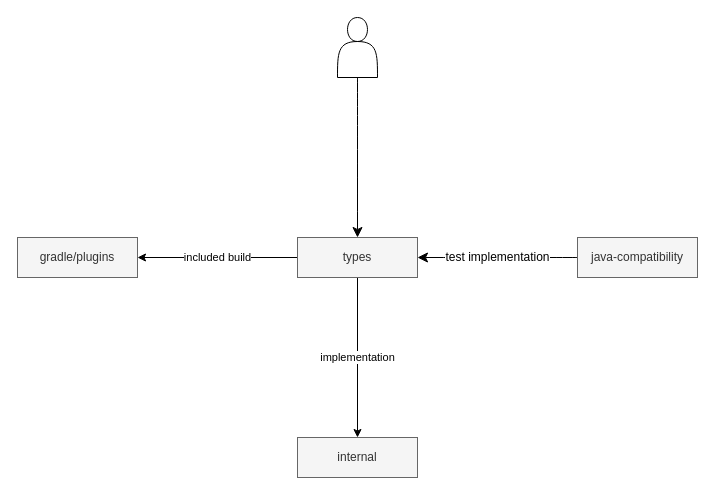
kotools/types keeps this draw.io diagram as page "Gradle subprojects" (1 of 5) of documentation/diagrams.drawio. Above is the earlier version. Source tidied: cells renumbered, new cells numbered last; positions are measured from the earlier drawing's top-left corner, leaving out a move shared by most shapes. Both pictures are drawn from the tidied source at 100%, with x=0, y=0 at pixel (17, 17).
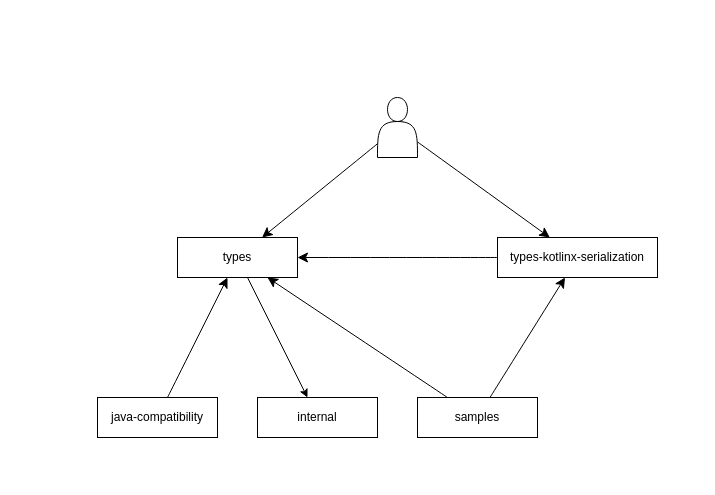
The same diagram, later.

Change to the diagram source:
```diff
@@
 <mxGraphModel>
   <root>
     <mxCell id="0" />
     <mxCell id="1" parent="0" />
-    <mxCell id="2" value="gradle/plugins" style="rounded=0;whiteSpace=wrap;html=1;fillColor=#f5f5f5;fontColor=#333333;strokeColor=#666666;" parent="1" vertex="1">
-      <mxGeometry y="220" width="120" height="40" as="geometry" />
-    </mxCell>
-    <mxCell id="3" value="included build" style="rounded=0;jettySize=auto;html=1;" parent="1" edge="1" source="6" target="2">
-      <mxGeometry relative="1" as="geometry" />
-    </mxCell>
-    <mxCell id="4" value="internal" style="rounded=0;whiteSpace=wrap;html=1;fillColor=#f5f5f5;fontColor=#333333;strokeColor=#666666;" parent="1" vertex="1">
-      <mxGeometry x="280" y="420" width="120" height="40" as="geometry" />
+    <mxCell id="4" value="internal" style="rounded=0;whiteSpace=wrap;html=1;" parent="1" vertex="1">
+      <mxGeometry x="240" y="380" width="120" height="40" as="geometry" />
     </mxCell>
-    <mxCell id="5" value="implementation" style="rounded=0;jettySize=auto;html=1;" parent="1" edge="1" source="6" target="4">
+    <mxCell id="5" style="rounded=0;jettySize=auto;html=1;" parent="1" edge="1" source="6" target="4">
       <mxGeometry relative="1" as="geometry" />
     </mxCell>
-    <mxCell id="6" value="types" style="rounded=0;whiteSpace=wrap;html=1;fillColor=#f5f5f5;fontColor=#333333;strokeColor=#666666;" parent="1" vertex="1">
-      <mxGeometry x="280" y="220" width="120" height="40" as="geometry" />
+    <mxCell id="6" value="types" style="rounded=0;whiteSpace=wrap;html=1;" parent="1" vertex="1">
+      <mxGeometry x="160" y="220" width="120" height="40" as="geometry" />
     </mxCell>
     <mxCell id="7" style="edgeStyle=none;curved=1;rounded=0;jettySize=auto;html=1;fontSize=12;startSize=8;endSize=8;" parent="1" edge="1" source="8" target="6">
       <mxGeometry relative="1" as="geometry" />
     </mxCell>
+    <mxCell id="11" style="edgeStyle=none;curved=1;rounded=0;jettySize=auto;html=1;fontSize=12;startSize=8;endSize=8;" parent="1" edge="1" source="8" target="13">
+      <mxGeometry relative="1" as="geometry" />
+    </mxCell>
     <mxCell id="8" style="shape=actor;whiteSpace=wrap;html=1;fontSize=16;" parent="1" vertex="1">
-      <mxGeometry x="320" width="40" height="60" as="geometry" />
+      <mxGeometry x="360" y="80" width="40" height="60" as="geometry" />
     </mxCell>
-    <mxCell id="9" value="test implementation" style="edgeStyle=none;curved=1;rounded=0;jettySize=auto;html=1;fontSize=12;startSize=8;endSize=8;" parent="1" edge="1" source="10" target="6">
+    <mxCell id="9" style="edgeStyle=none;curved=1;rounded=0;jettySize=auto;html=1;fontSize=12;startSize=8;endSize=8;" parent="1" edge="1" source="10" target="6">
       <mxGeometry relative="1" as="geometry" />
     </mxCell>
-    <mxCell id="10" value="java-compatibility" style="rounded=0;whiteSpace=wrap;html=1;fillColor=#f5f5f5;fontColor=#333333;strokeColor=#666666;" parent="1" vertex="1">
-      <mxGeometry x="560" y="220" width="120" height="40" as="geometry" />
+    <mxCell id="10" value="java-compatibility" style="rounded=0;whiteSpace=wrap;html=1;" parent="1" vertex="1">
+      <mxGeometry x="80" y="380" width="120" height="40" as="geometry" />
     </mxCell>
+    <mxCell id="12" style="edgeStyle=none;curved=1;rounded=0;jettySize=auto;html=1;fontSize=12;startSize=8;endSize=8;" parent="1" edge="1" source="13" target="6">
+      <mxGeometry relative="1" as="geometry" />
+    </mxCell>
+    <mxCell id="13" value="types-kotlinx-serialization" style="rounded=0;whiteSpace=wrap;html=1;" parent="1" vertex="1">
+      <mxGeometry x="480" y="220" width="160" height="40" as="geometry" />
+    </mxCell>
+    <mxCell id="14" style="edgeStyle=none;curved=1;rounded=0;jettySize=auto;html=1;fontSize=12;startSize=8;endSize=8;" parent="1" edge="1" source="16" target="13">
+      <mxGeometry relative="1" as="geometry" />
+    </mxCell>
+    <mxCell id="15" style="edgeStyle=none;curved=1;rounded=0;jettySize=auto;html=1;fontSize=12;startSize=8;endSize=8;" parent="1" edge="1" source="16" target="6">
+      <mxGeometry relative="1" as="geometry" />
+    </mxCell>
+    <mxCell id="16" value="samples" style="rounded=0;whiteSpace=wrap;html=1;" parent="1" vertex="1">
+      <mxGeometry x="400" y="380" width="120" height="40" as="geometry" />
+    </mxCell>
   </root>
 </mxGraphModel>
```
